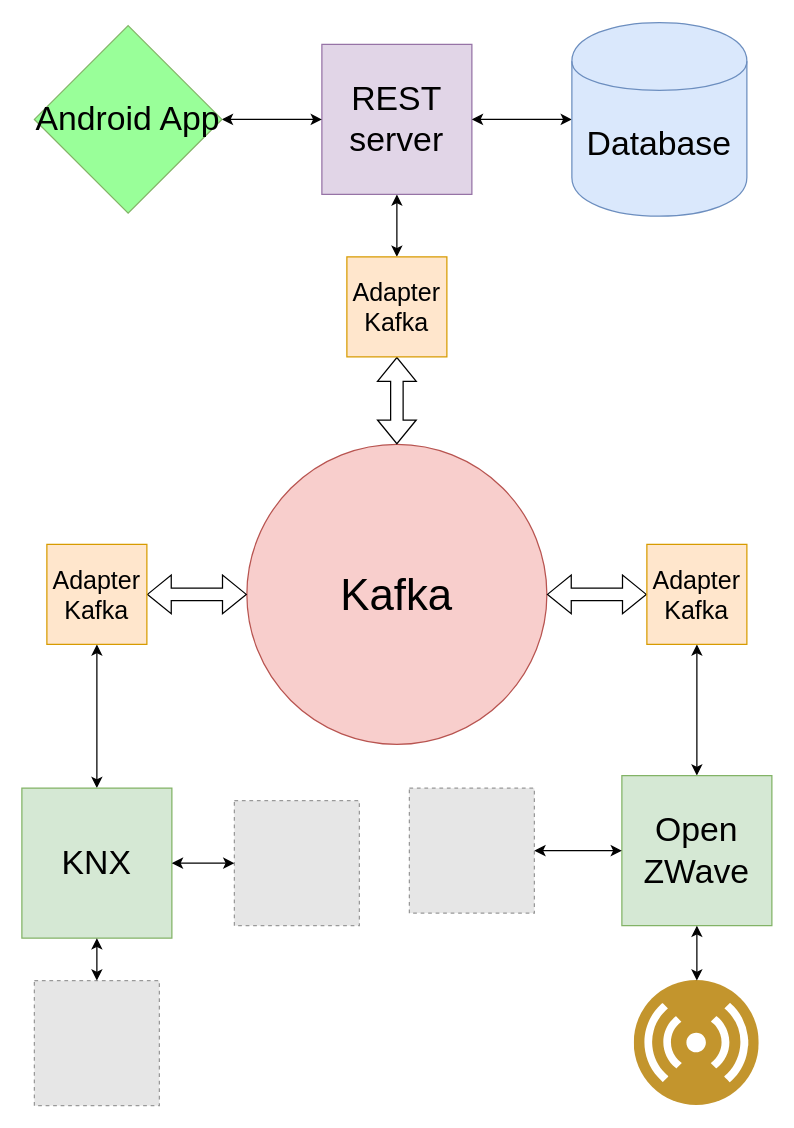
stevenliatti/SmartBuilding keeps this draw.io diagram as doc/shemas/general.drawio. Above is the earlier version. Source tidied: cells renumbered, new cells numbered last; positions are measured from the earlier drawing's top-left corner, leaving out a move shared by most shapes. Both pictures are drawn from the tidied source at 125%, with x=0, y=0 at pixel (21, 21). Pictures stored in the file or linked from it are replaced by grey dashed boxes.
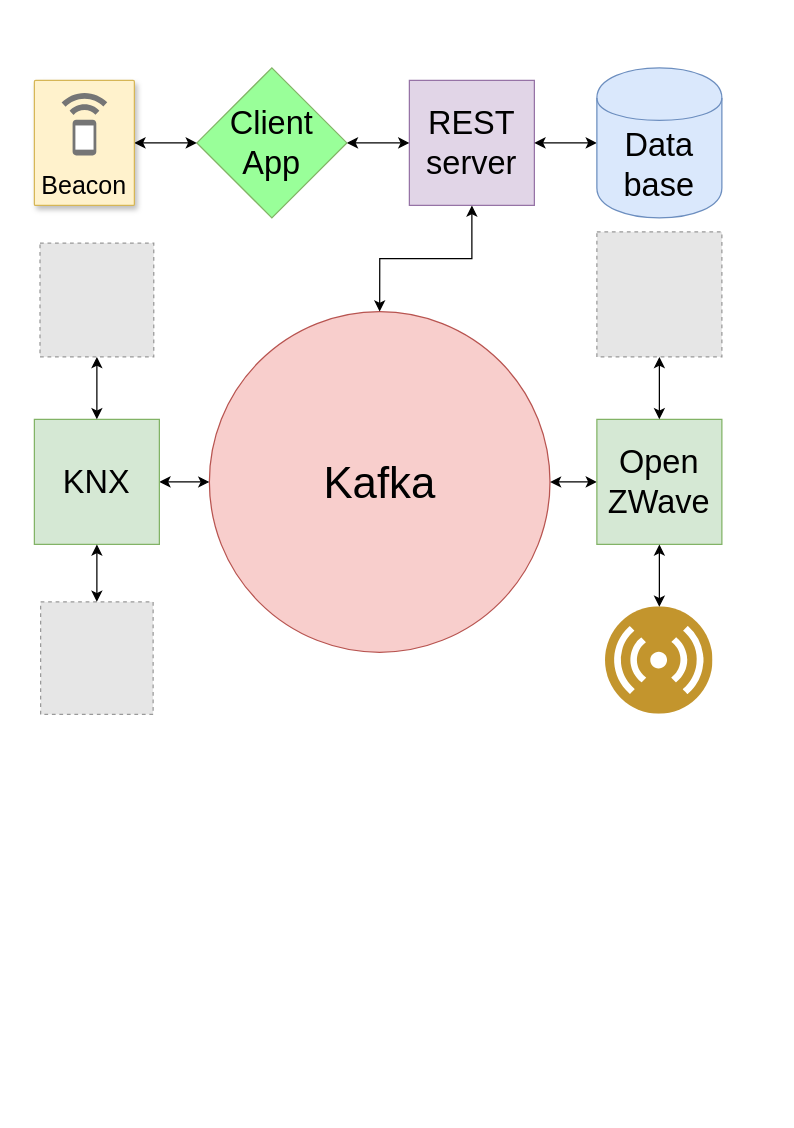
The same page after the edit.

Change to the diagram source:
```diff
@@
     <mxCell id="2" value="Kafka" style="ellipse;whiteSpace=wrap;html=1;fontSize=35;fillColor=#f8cecc;strokeColor=#b85450;" parent="1" vertex="1">
-      <mxGeometry x="180" y="338" width="240" height="240" as="geometry" />
+      <mxGeometry x="150" y="231.8" width="272.5" height="272.5" as="geometry" />
     </mxCell>
-    <mxCell id="3" style="edgeStyle=orthogonalEdgeStyle;rounded=0;jettySize=auto;html=1;startArrow=classic;startFill=1;fontSize=20;" parent="1" edge="1" source="4" target="10">
-      <mxGeometry relative="1" as="geometry" />
-    </mxCell>
+    <mxCell id="27" style="edgeStyle=orthogonalEdgeStyle;rounded=0;jettySize=auto;html=1;startArrow=classic;startFill=1;fontSize=20;" parent="1" edge="1" source="4" target="2">
+      <mxGeometry relative="1" as="geometry" />
+    </mxCell>
-    <mxCell id="4" value="REST server" style="whiteSpace=wrap;html=1;fontSize=27;fillColor=#e1d5e7;strokeColor=#9673a6;" parent="1" vertex="1">
-      <mxGeometry x="240" y="18" width="120" height="120" as="geometry" />
+    <mxCell id="4" value="REST server" style="whiteSpace=wrap;html=1;fontSize=26;fillColor=#e1d5e7;strokeColor=#9673a6;" parent="1" vertex="1">
+      <mxGeometry x="310" y="46.8" width="100" height="100" as="geometry" />
     </mxCell>
@@
-    <mxCell id="6" value="Android App" style="rhombus;whiteSpace=wrap;html=1;fontSize=27;fillColor=#99FF99;strokeColor=#82b366;" parent="1" vertex="1">
-      <mxGeometry x="10" y="3" width="150" height="150" as="geometry" />
+    <mxCell id="6" value="Client App" style="rhombus;whiteSpace=wrap;html=1;fontSize=26;fillColor=#99FF99;strokeColor=#82b366;" parent="1" vertex="1">
+      <mxGeometry x="140" y="36.8" width="120" height="120" as="geometry" />
     </mxCell>
@@
-    <mxCell id="8" value="&lt;div&gt;Database&lt;/div&gt;" style="shape=cylinder;whiteSpace=wrap;html=1;boundedLbl=1;backgroundOutline=1;fontSize=27;fillColor=#dae8fc;strokeColor=#6c8ebf;" parent="1" vertex="1">
-      <mxGeometry x="440" y="0.5" width="140" height="155" as="geometry" />
+    <mxCell id="8" value="Data base" style="shape=cylinder;whiteSpace=wrap;html=1;boundedLbl=1;backgroundOutline=1;fontSize=26;fillColor=#dae8fc;strokeColor=#6c8ebf;" parent="1" vertex="1">
+      <mxGeometry x="460" y="36.8" width="100" height="120" as="geometry" />
     </mxCell>
-    <mxCell id="9" style="edgeStyle=orthogonalEdgeStyle;rounded=0;jettySize=auto;html=1;startArrow=classic;startFill=1;fontSize=20;shape=flexArrow;endSize=6;strokeWidth=1;" parent="1" edge="1" source="10" target="2">
-      <mxGeometry relative="1" as="geometry" />
-    </mxCell>
-    <mxCell id="10" value="Adapter Kafka" style="whiteSpace=wrap;html=1;rounded=0;comic=0;fontSize=20;fillColor=#ffe6cc;strokeColor=#d79b00;" parent="1" vertex="1">
-      <mxGeometry x="260" y="188" width="80" height="80" as="geometry" />
-    </mxCell>
-    <mxCell id="11" style="edgeStyle=orthogonalEdgeStyle;rounded=0;jettySize=auto;html=1;startArrow=classic;startFill=1;fontSize=20;shape=flexArrow;endSize=6;strokeWidth=1;" parent="1" edge="1" source="13" target="2">
-      <mxGeometry relative="1" as="geometry" />
-    </mxCell>
-    <mxCell id="12" style="edgeStyle=none;rounded=0;jettySize=auto;html=1;startArrow=classic;startFill=1;fontSize=35;" parent="1" edge="1" source="13" target="22">
-      <mxGeometry relative="1" as="geometry" />
-    </mxCell>
-    <mxCell id="13" value="Adapter Kafka" style="whiteSpace=wrap;html=1;rounded=0;comic=0;fontSize=20;fillColor=#ffe6cc;strokeColor=#d79b00;" parent="1" vertex="1">
-      <mxGeometry x="20" y="418" width="80" height="80" as="geometry" />
-    </mxCell>
-    <mxCell id="14" style="edgeStyle=orthogonalEdgeStyle;rounded=0;jettySize=auto;html=1;startArrow=classic;startFill=1;fontSize=20;shape=flexArrow;endSize=6;strokeWidth=1;" parent="1" edge="1" source="16" target="2">
-      <mxGeometry relative="1" as="geometry" />
-    </mxCell>
-    <mxCell id="15" style="edgeStyle=none;rounded=0;jettySize=auto;html=1;startArrow=classic;startFill=1;fontSize=35;" parent="1" edge="1" source="16" target="17">
-      <mxGeometry relative="1" as="geometry" />
-    </mxCell>
-    <mxCell id="16" value="Adapter Kafka" style="whiteSpace=wrap;html=1;rounded=0;comic=0;fontSize=20;fillColor=#ffe6cc;strokeColor=#d79b00;" parent="1" vertex="1">
-      <mxGeometry x="500" y="418" width="80" height="80" as="geometry" />
-    </mxCell>
+    <mxCell id="28" style="edgeStyle=orthogonalEdgeStyle;rounded=0;jettySize=auto;html=1;startArrow=classic;startFill=1;fontSize=20;" parent="1" edge="1" source="17" target="2">
+      <mxGeometry relative="1" as="geometry" />
+    </mxCell>
-    <mxCell id="17" value="Open ZWave" style="whiteSpace=wrap;html=1;fontSize=27;fillColor=#d5e8d4;strokeColor=#82b366;" parent="1" vertex="1">
-      <mxGeometry x="480" y="603" width="120" height="120" as="geometry" />
+    <mxCell id="17" value="Open ZWave" style="whiteSpace=wrap;html=1;fontSize=26;fillColor=#d5e8d4;strokeColor=#82b366;" parent="1" vertex="1">
+      <mxGeometry x="460" y="318" width="100" height="100" as="geometry" />
     </mxCell>
     <mxCell id="18" style="fillColor=#E6E6E6;strokeColor=#999999;dashed=1;html=1;verticalAlign=top;verticalLabelPosition=bottom;labelBackgroundColor=#ffffff;" parent="1" vertex="1">
-      <mxGeometry x="310" y="613" width="100" height="100" as="geometry" />
+      <mxGeometry x="460" y="168" width="100" height="100" as="geometry" />
     </mxCell>
@@
     <mxCell id="20" style="perimeter=ellipsePerimeter;html=1;align=center;shadow=0;dashed=0;fontColor=#4277BB;labelBackgroundColor=#ffffff;fontSize=12;spacingTop=3;image;image=img/lib/ibm/users/sensor.svg;rounded=0;comic=0;gradientColor=none;" parent="1" vertex="1">
-      <mxGeometry x="490" y="767" width="100" height="100" as="geometry" />
+      <mxGeometry x="467" y="468" width="86" height="86" as="geometry" />
     </mxCell>
@@
+    <mxCell id="29" style="edgeStyle=orthogonalEdgeStyle;rounded=0;jettySize=auto;html=1;startArrow=classic;startFill=1;fontSize=20;" parent="1" edge="1" source="22" target="2">
+      <mxGeometry relative="1" as="geometry" />
+    </mxCell>
-    <mxCell id="22" value="KNX" style="whiteSpace=wrap;html=1;fontSize=27;fillColor=#d5e8d4;strokeColor=#82b366;" parent="1" vertex="1">
-      <mxGeometry y="613" width="120" height="120" as="geometry" />
+    <mxCell id="22" value="KNX" style="whiteSpace=wrap;html=1;fontSize=26;fillColor=#d5e8d4;strokeColor=#82b366;" parent="1" vertex="1">
+      <mxGeometry x="10" y="318" width="100" height="100" as="geometry" />
     </mxCell>
     <mxCell id="23" style="fillColor=#E6E6E6;strokeColor=#999999;dashed=1;html=1;verticalAlign=top;verticalLabelPosition=bottom;labelBackgroundColor=#ffffff;" parent="1" vertex="1">
-      <mxGeometry x="170" y="623" width="100" height="100" as="geometry" />
+      <mxGeometry x="14.5" y="177" width="91" height="91" as="geometry" />
     </mxCell>
@@
     <mxCell id="25" style="fillColor=#E6E6E6;strokeColor=#999999;dashed=1;html=1;verticalAlign=top;verticalLabelPosition=bottom;labelBackgroundColor=#ffffff;" parent="1" vertex="1">
-      <mxGeometry x="10" y="767" width="100" height="100" as="geometry" />
+      <mxGeometry x="15" y="464" width="90" height="90" as="geometry" />
     </mxCell>
@@
+    <mxCell id="30" style="edgeStyle=orthogonalEdgeStyle;rounded=0;jettySize=auto;html=1;startArrow=classic;startFill=1;fontSize=20;" parent="1" edge="1" source="31" target="6">
+      <mxGeometry relative="1" as="geometry" />
+    </mxCell>
+    <mxCell id="31" value="Beacon" style="strokeColor=#d6b656;shadow=1;strokeWidth=1;rounded=1;absoluteArcSize=1;arcSize=2;labelPosition=center;verticalLabelPosition=middle;align=center;verticalAlign=bottom;spacingLeft=0;fontSize=20;whiteSpace=wrap;spacingBottom=2;fillColor=#fff2cc;" parent="1" vertex="1">
+      <mxGeometry x="10" y="46.8" width="80" height="100" as="geometry" />
+    </mxCell>
+    <mxCell id="32" style="dashed=0;html=1;fillColor=#757575;strokeColor=none;shape=mxgraph.gcp2.beacon;" parent="31" vertex="1">
+      <mxGeometry x="0.5" width="36.5" height="50" relative="1" as="geometry">
+        <mxPoint x="-18.2" y="10" as="offset" />
+      </mxGeometry>
+    </mxCell>
```
